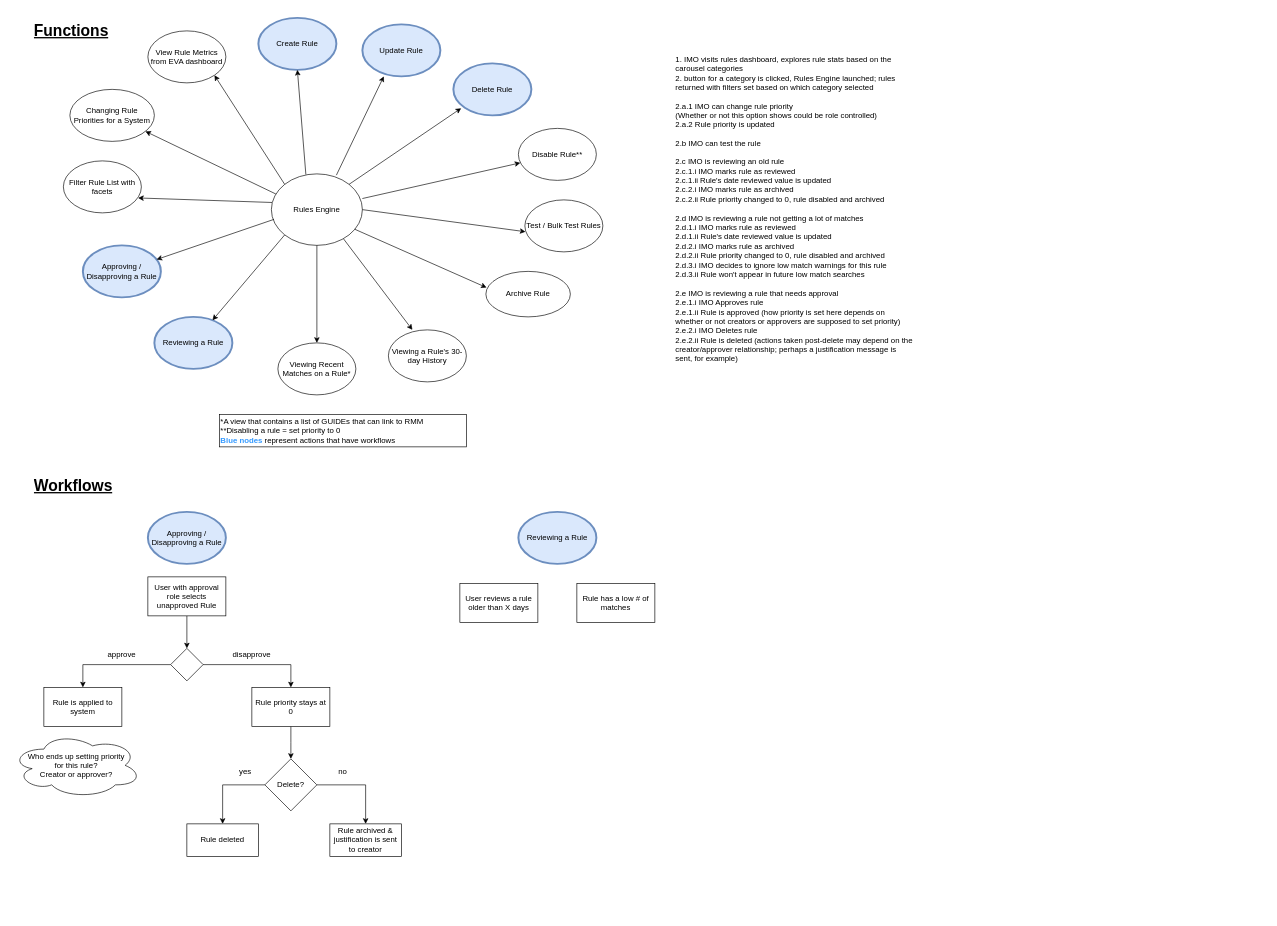
This is page "Workflow" (2 of 3) of Drawings/RulesEngine/RulesEngine.drawio from RMSLowside/rmslow, a draw.io file, before an edit. Source tidied: cells renumbered, new cells numbered last; positions are measured from the earlier drawing's top-left corner, leaving out a move shared by most shapes. Both pictures are drawn from the tidied source at 65%, with x=0, y=0 at pixel (11, 18).
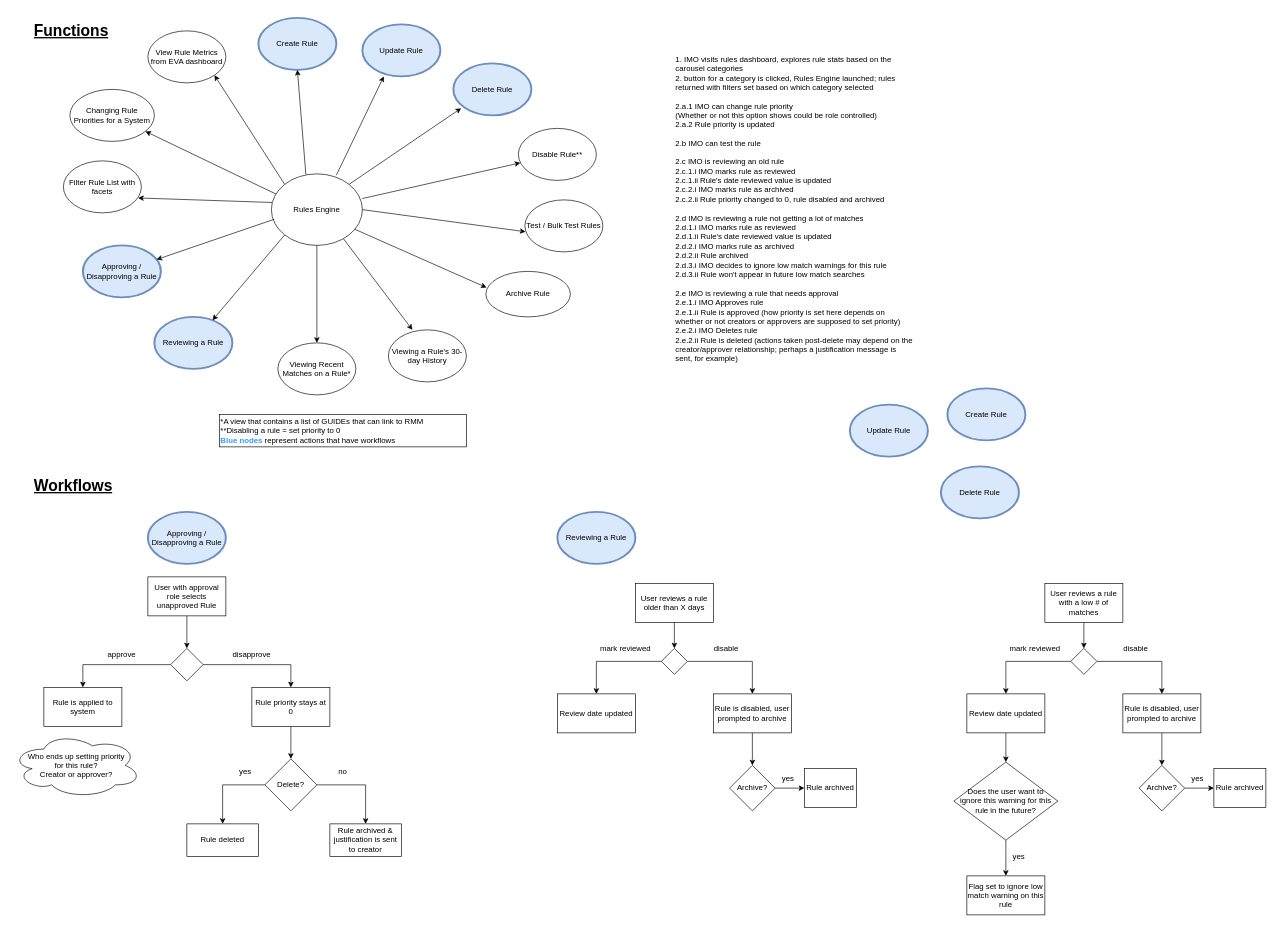
Above is the later version.

What changed in the source:
```diff
@@
-    <mxCell id="2" value="&lt;div&gt;1. IMO visits rules dashboard, explores rule stats based on the carousel categories&amp;nbsp;&lt;/div&gt;&lt;div&gt;2. button for a category is clicked, Rules Engine launched; rules returned with filters set based on which category selected&lt;/div&gt;&lt;div&gt;&lt;br&gt;&lt;/div&gt;&lt;div&gt;2.a.1 IMO can change rule priority&lt;br&gt;(Whether or not this option shows could be role controlled)&lt;br&gt;2.a.2 Rule priority is updated&lt;/div&gt;&lt;div&gt;&lt;br&gt;&lt;/div&gt;&lt;div&gt;2.b IMO can test the rule&lt;/div&gt;&lt;div&gt;&lt;br&gt;&lt;/div&gt;&lt;div&gt;2.c IMO is reviewing an old rule&lt;/div&gt;&lt;div&gt;2.c.1.i IMO marks rule as reviewed&lt;/div&gt;&lt;div&gt;2.c.1.ii Rule's date reviewed value is updated&lt;/div&gt;&lt;div&gt;2.c.2.i IMO marks rule as archived&lt;/div&gt;&lt;div&gt;2.c.2.ii Rule priority changed to 0, rule disabled and archived&lt;/div&gt;&lt;div&gt;&lt;br&gt;&lt;/div&gt;&lt;div&gt;2.d IMO is reviewing a rule not getting a lot of matches&lt;/div&gt;&lt;div&gt;2.d.1.i IMO marks rule as reviewed&lt;/div&gt;&lt;div&gt;2.d.1.ii Rule's date reviewed value is updated&lt;/div&gt;&lt;div&gt;2.d.2.i IMO marks rule as archived&lt;/div&gt;&lt;div&gt;2.d.2.ii Rule priority changed to 0, rule disabled and archived&lt;/div&gt;&lt;div&gt;2.d.3.i IMO decides to ignore low match warnings for this rule&lt;/div&gt;&lt;div&gt;2.d.3.ii Rule won't appear in future low match searches&lt;/div&gt;&lt;div&gt;&lt;br&gt;&lt;/div&gt;&lt;div&gt;2.e IMO is reviewing a rule that needs approval&lt;/div&gt;&lt;div&gt;2.e.1.i IMO Approves rule&lt;/div&gt;&lt;div&gt;2.e.1.ii Rule is approved (how priority is set here depends on whether or not creators or approvers are supposed to set priority)&lt;/div&gt;&lt;div&gt;2.e.2.i IMO Deletes rule&lt;/div&gt;&lt;div&gt;2.e.2.ii Rule is deleted (actions taken post-delete may depend on the creator/approver relationship; perhaps a justification message is sent, for example)&lt;/div&gt;" style="text;html=1;strokeColor=none;fillColor=none;align=left;verticalAlign=top;whiteSpace=wrap;rounded=0;" parent="1" vertex="1">
+    <mxCell id="2" value="&lt;div&gt;1. IMO visits rules dashboard, explores rule stats based on the carousel categories&amp;nbsp;&lt;/div&gt;&lt;div&gt;2. button for a category is clicked, Rules Engine launched; rules returned with filters set based on which category selected&lt;/div&gt;&lt;div&gt;&lt;br&gt;&lt;/div&gt;&lt;div&gt;2.a.1 IMO can change rule priority&lt;br&gt;(Whether or not this option shows could be role controlled)&lt;br&gt;2.a.2 Rule priority is updated&lt;/div&gt;&lt;div&gt;&lt;br&gt;&lt;/div&gt;&lt;div&gt;2.b IMO can test the rule&lt;/div&gt;&lt;div&gt;&lt;br&gt;&lt;/div&gt;&lt;div&gt;2.c IMO is reviewing an old rule&lt;/div&gt;&lt;div&gt;2.c.1.i IMO marks rule as reviewed&lt;/div&gt;&lt;div&gt;2.c.1.ii Rule's date reviewed value is updated&lt;/div&gt;&lt;div&gt;2.c.2.i IMO marks rule as archived&lt;/div&gt;&lt;div&gt;2.c.2.ii Rule priority changed to 0, rule disabled and archived&lt;/div&gt;&lt;div&gt;&lt;br&gt;&lt;/div&gt;&lt;div&gt;2.d IMO is reviewing a rule not getting a lot of matches&lt;/div&gt;&lt;div&gt;2.d.1.i IMO marks rule as reviewed&lt;/div&gt;&lt;div&gt;2.d.1.ii Rule's date reviewed value is updated&lt;/div&gt;&lt;div&gt;2.d.2.i IMO marks rule as archived&lt;/div&gt;&lt;div&gt;2.d.2.ii Rule archived&lt;/div&gt;&lt;div&gt;2.d.3.i IMO decides to ignore low match warnings for this rule&lt;/div&gt;&lt;div&gt;2.d.3.ii Rule won't appear in future low match searches&lt;/div&gt;&lt;div&gt;&lt;br&gt;&lt;/div&gt;&lt;div&gt;2.e IMO is reviewing a rule that needs approval&lt;/div&gt;&lt;div&gt;2.e.1.i IMO Approves rule&lt;/div&gt;&lt;div&gt;2.e.1.ii Rule is approved (how priority is set here depends on whether or not creators or approvers are supposed to set priority)&lt;/div&gt;&lt;div&gt;2.e.2.i IMO Deletes rule&lt;/div&gt;&lt;div&gt;2.e.2.ii Rule is deleted (actions taken post-delete may depend on the creator/approver relationship; perhaps a justification message is sent, for example)&lt;/div&gt;" style="text;html=1;strokeColor=none;fillColor=none;align=left;verticalAlign=top;whiteSpace=wrap;rounded=0;" parent="1" vertex="1">
       <mxGeometry x="1020" y="50" width="370" height="540" as="geometry" />
     </mxCell>
@@
+    <mxCell id="55" style="edgeStyle=orthogonalEdgeStyle;rounded=0;jettySize=auto;html=1;exitX=0.5;exitY=1;exitDx=0;exitDy=0;entryX=0.5;entryY=0;entryDx=0;entryDy=0;" parent="1" edge="1" source="29" target="61">
+      <mxGeometry relative="1" as="geometry" />
+    </mxCell>
     <mxCell id="29" value="User reviews a rule older than X days" style="rounded=0;whiteSpace=wrap;html=1;strokeColor=#000000;strokeWidth=1;" parent="1" vertex="1">
-      <mxGeometry x="690" y="870" width="120" height="60" as="geometry" />
+      <mxGeometry x="960" y="870" width="120" height="60" as="geometry" />
     </mxCell>
-    <mxCell id="30" value="Rule has a low # of matches" style="rounded=0;whiteSpace=wrap;html=1;strokeColor=#000000;strokeWidth=1;" parent="1" vertex="1">
-      <mxGeometry x="870" y="870" width="120" height="60" as="geometry" />
-    </mxCell>
     <mxCell id="31" value="Reviewing a Rule" style="ellipse;whiteSpace=wrap;html=1;perimeterSpacing=0;fillColor=#dae8fc;strokeColor=#6c8ebf;strokeWidth=3;" parent="1" vertex="1">
-      <mxGeometry x="780" y="760" width="120" height="80" as="geometry" />
+      <mxGeometry x="840" y="760" width="120" height="80" as="geometry" />
     </mxCell>
@@
+    <mxCell id="56" value="Create Rule" style="ellipse;whiteSpace=wrap;html=1;fillColor=#dae8fc;strokeColor=#6c8ebf;strokeWidth=3;" parent="1" vertex="1">
+      <mxGeometry x="1440" y="570" width="120" height="80" as="geometry" />
+    </mxCell>
+    <mxCell id="57" value="Delete Rule" style="ellipse;whiteSpace=wrap;html=1;fillColor=#dae8fc;strokeColor=#6c8ebf;strokeWidth=3;" parent="1" vertex="1">
+      <mxGeometry x="1430" y="690" width="120" height="80" as="geometry" />
+    </mxCell>
+    <mxCell id="58" value="Update Rule" style="ellipse;whiteSpace=wrap;html=1;fillColor=#dae8fc;strokeColor=#6c8ebf;strokeWidth=3;" parent="1" vertex="1">
+      <mxGeometry x="1290" y="595" width="120" height="80" as="geometry" />
+    </mxCell>
+    <mxCell id="59" style="edgeStyle=orthogonalEdgeStyle;rounded=0;jettySize=auto;html=1;exitX=1;exitY=0.5;exitDx=0;exitDy=0;entryX=0.5;entryY=0;entryDx=0;entryDy=0;" parent="1" edge="1" source="61" target="63">
+      <mxGeometry relative="1" as="geometry" />
+    </mxCell>
+    <mxCell id="60" style="edgeStyle=orthogonalEdgeStyle;rounded=0;jettySize=auto;html=1;exitX=0;exitY=0.5;exitDx=0;exitDy=0;entryX=0.5;entryY=0;entryDx=0;entryDy=0;" parent="1" edge="1" source="61" target="64">
+      <mxGeometry relative="1" as="geometry" />
+    </mxCell>
+    <mxCell id="61" style="rhombus;whiteSpace=wrap;html=1;strokeColor=#000000;strokeWidth=1;" parent="1" vertex="1">
+      <mxGeometry x="1000" y="970" width="40" height="40" as="geometry" />
+    </mxCell>
+    <mxCell id="62" style="edgeStyle=orthogonalEdgeStyle;rounded=0;jettySize=auto;html=1;exitX=0.5;exitY=1;exitDx=0;exitDy=0;entryX=0.5;entryY=0;entryDx=0;entryDy=0;" parent="1" edge="1" source="63" target="68">
+      <mxGeometry relative="1" as="geometry" />
+    </mxCell>
+    <mxCell id="63" value="Rule is disabled, user prompted to archive" style="rounded=0;whiteSpace=wrap;html=1;strokeColor=#000000;strokeWidth=1;" parent="1" vertex="1">
+      <mxGeometry x="1080" y="1040" width="120" height="60" as="geometry" />
+    </mxCell>
+    <mxCell id="64" value="Review date updated" style="rounded=0;whiteSpace=wrap;html=1;strokeColor=#000000;strokeWidth=1;" parent="1" vertex="1">
+      <mxGeometry x="840" y="1040" width="120" height="60" as="geometry" />
+    </mxCell>
+    <mxCell id="65" value="disable" style="text;html=1;strokeColor=none;fillColor=none;align=center;verticalAlign=middle;whiteSpace=wrap;rounded=0;" parent="1" vertex="1">
+      <mxGeometry x="1060" y="960" width="80" height="20" as="geometry" />
+    </mxCell>
+    <mxCell id="66" value="mark reviewed" style="text;html=1;strokeColor=none;fillColor=none;align=center;verticalAlign=middle;whiteSpace=wrap;rounded=0;" parent="1" vertex="1">
+      <mxGeometry x="900" y="960" width="90" height="20" as="geometry" />
+    </mxCell>
+    <mxCell id="67" style="edgeStyle=orthogonalEdgeStyle;rounded=0;jettySize=auto;html=1;exitX=1;exitY=0.5;exitDx=0;exitDy=0;" parent="1" edge="1" source="68">
+      <mxGeometry relative="1" as="geometry">
+        <mxPoint x="1220" y="1185" as="targetPoint" />
+      </mxGeometry>
+    </mxCell>
+    <mxCell id="68" value="Archive?" style="rhombus;whiteSpace=wrap;html=1;strokeColor=#000000;strokeWidth=1;" parent="1" vertex="1">
+      <mxGeometry x="1105" y="1150" width="70" height="70" as="geometry" />
+    </mxCell>
+    <mxCell id="69" value="yes" style="text;html=1;strokeColor=none;fillColor=none;align=center;verticalAlign=middle;whiteSpace=wrap;rounded=0;" parent="1" vertex="1">
+      <mxGeometry x="1175" y="1160" width="40" height="20" as="geometry" />
+    </mxCell>
+    <mxCell id="70" value="Rule archived" style="rounded=0;whiteSpace=wrap;html=1;strokeColor=#000000;strokeWidth=1;" parent="1" vertex="1">
+      <mxGeometry x="1220" y="1155" width="80" height="60" as="geometry" />
+    </mxCell>
+    <mxCell id="71" style="edgeStyle=orthogonalEdgeStyle;rounded=0;jettySize=auto;html=1;exitX=0.5;exitY=1;exitDx=0;exitDy=0;entryX=0.5;entryY=0;entryDx=0;entryDy=0;" parent="1" edge="1" source="72" target="75">
+      <mxGeometry relative="1" as="geometry" />
+    </mxCell>
+    <mxCell id="72" value="User reviews a rule with a low # of matches" style="rounded=0;whiteSpace=wrap;html=1;strokeColor=#000000;strokeWidth=1;" parent="1" vertex="1">
+      <mxGeometry x="1590" y="870" width="120" height="60" as="geometry" />
+    </mxCell>
+    <mxCell id="73" style="edgeStyle=orthogonalEdgeStyle;rounded=0;jettySize=auto;html=1;exitX=1;exitY=0.5;exitDx=0;exitDy=0;entryX=0.5;entryY=0;entryDx=0;entryDy=0;" parent="1" edge="1" source="75" target="77">
+      <mxGeometry relative="1" as="geometry" />
+    </mxCell>
+    <mxCell id="74" style="edgeStyle=orthogonalEdgeStyle;rounded=0;jettySize=auto;html=1;exitX=0;exitY=0.5;exitDx=0;exitDy=0;entryX=0.5;entryY=0;entryDx=0;entryDy=0;" parent="1" edge="1" source="75" target="79">
+      <mxGeometry relative="1" as="geometry" />
+    </mxCell>
+    <mxCell id="75" style="rhombus;whiteSpace=wrap;html=1;strokeColor=#000000;strokeWidth=1;" parent="1" vertex="1">
+      <mxGeometry x="1630" y="970" width="40" height="40" as="geometry" />
+    </mxCell>
+    <mxCell id="76" style="edgeStyle=orthogonalEdgeStyle;rounded=0;jettySize=auto;html=1;exitX=0.5;exitY=1;exitDx=0;exitDy=0;entryX=0.5;entryY=0;entryDx=0;entryDy=0;" parent="1" edge="1" source="77" target="83">
+      <mxGeometry relative="1" as="geometry" />
+    </mxCell>
+    <mxCell id="77" value="Rule is disabled, user prompted to archive" style="rounded=0;whiteSpace=wrap;html=1;strokeColor=#000000;strokeWidth=1;" parent="1" vertex="1">
+      <mxGeometry x="1710" y="1040" width="120" height="60" as="geometry" />
+    </mxCell>
+    <mxCell id="78" style="edgeStyle=orthogonalEdgeStyle;rounded=0;jettySize=auto;html=1;exitX=0.5;exitY=1;exitDx=0;exitDy=0;entryX=0.5;entryY=0;entryDx=0;entryDy=0;" parent="1" edge="1" source="79" target="87">
+      <mxGeometry relative="1" as="geometry" />
+    </mxCell>
+    <mxCell id="79" value="Review date updated" style="rounded=0;whiteSpace=wrap;html=1;strokeColor=#000000;strokeWidth=1;" parent="1" vertex="1">
+      <mxGeometry x="1470" y="1040" width="120" height="60" as="geometry" />
+    </mxCell>
+    <mxCell id="80" value="disable" style="text;html=1;strokeColor=none;fillColor=none;align=center;verticalAlign=middle;whiteSpace=wrap;rounded=0;" parent="1" vertex="1">
+      <mxGeometry x="1690" y="960" width="80" height="20" as="geometry" />
+    </mxCell>
+    <mxCell id="81" value="mark reviewed" style="text;html=1;strokeColor=none;fillColor=none;align=center;verticalAlign=middle;whiteSpace=wrap;rounded=0;" parent="1" vertex="1">
+      <mxGeometry x="1530" y="960" width="90" height="20" as="geometry" />
+    </mxCell>
+    <mxCell id="82" style="edgeStyle=orthogonalEdgeStyle;rounded=0;jettySize=auto;html=1;exitX=1;exitY=0.5;exitDx=0;exitDy=0;" parent="1" edge="1" source="83">
+      <mxGeometry relative="1" as="geometry">
+        <mxPoint x="1850" y="1185" as="targetPoint" />
+      </mxGeometry>
+    </mxCell>
+    <mxCell id="83" value="Archive?" style="rhombus;whiteSpace=wrap;html=1;strokeColor=#000000;strokeWidth=1;" parent="1" vertex="1">
+      <mxGeometry x="1735" y="1150" width="70" height="70" as="geometry" />
+    </mxCell>
+    <mxCell id="84" value="yes" style="text;html=1;strokeColor=none;fillColor=none;align=center;verticalAlign=middle;whiteSpace=wrap;rounded=0;" parent="1" vertex="1">
+      <mxGeometry x="1805" y="1160" width="40" height="20" as="geometry" />
+    </mxCell>
+    <mxCell id="85" value="Rule archived" style="rounded=0;whiteSpace=wrap;html=1;strokeColor=#000000;strokeWidth=1;" parent="1" vertex="1">
+      <mxGeometry x="1850" y="1155" width="80" height="60" as="geometry" />
+    </mxCell>
+    <mxCell id="86" style="edgeStyle=orthogonalEdgeStyle;rounded=0;jettySize=auto;html=1;exitX=0.5;exitY=1;exitDx=0;exitDy=0;" parent="1" edge="1" source="87">
+      <mxGeometry relative="1" as="geometry">
+        <mxPoint x="1530" y="1320" as="targetPoint" />
+      </mxGeometry>
+    </mxCell>
+    <mxCell id="87" value="Does the user want to &lt;br&gt;ignore this warning for this rule in the future?" style="rhombus;whiteSpace=wrap;html=1;strokeColor=#000000;strokeWidth=1;" parent="1" vertex="1">
+      <mxGeometry x="1450" y="1145" width="160" height="120" as="geometry" />
+    </mxCell>
+    <mxCell id="88" value="yes" style="text;html=1;strokeColor=none;fillColor=none;align=center;verticalAlign=middle;whiteSpace=wrap;rounded=0;" parent="1" vertex="1">
+      <mxGeometry x="1530" y="1280" width="40" height="20" as="geometry" />
+    </mxCell>
+    <mxCell id="89" value="Flag set to ignore low match warning on this rule" style="rounded=0;whiteSpace=wrap;html=1;strokeColor=#000000;strokeWidth=1;" parent="1" vertex="1">
+      <mxGeometry x="1470" y="1320" width="120" height="60" as="geometry" />
+    </mxCell>
```
